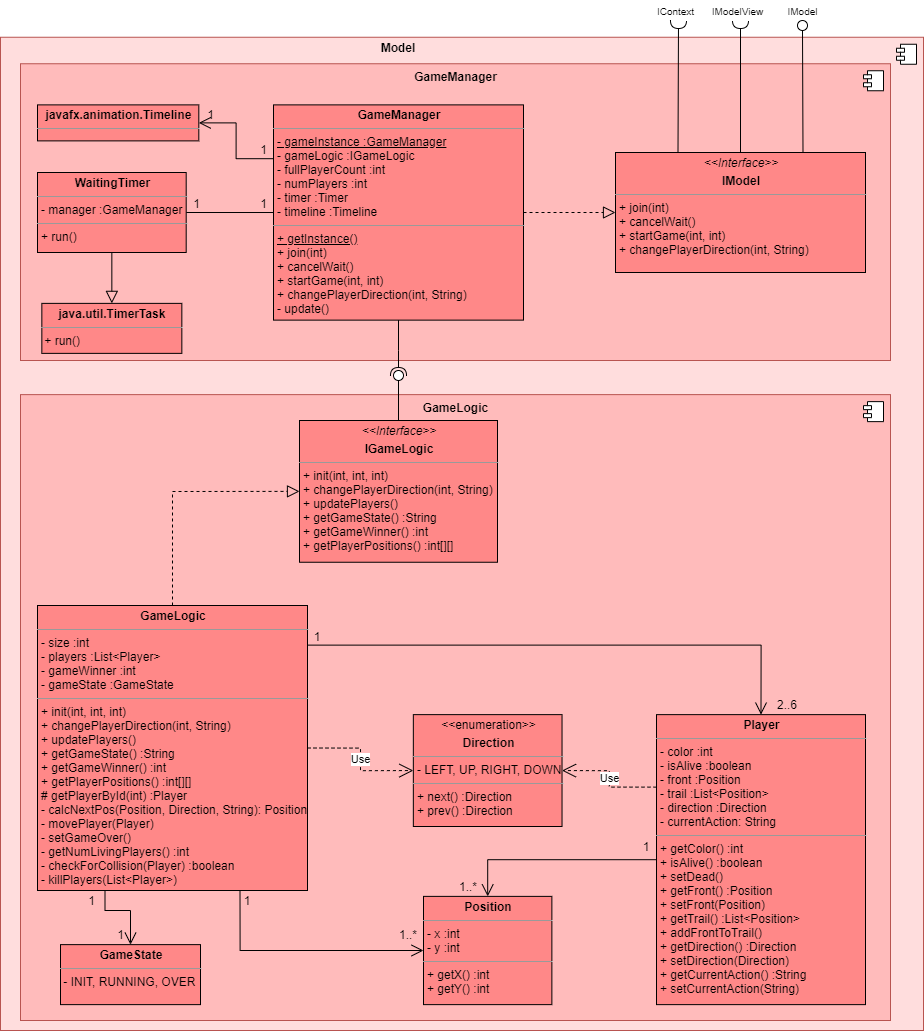
Before: Doku/images/Model_Ebene3_Refactor.png, a diagram exported from draw.io (KjellooMelloo/gameoftrons). Source tidied: cells renumbered, new cells last; positions are measured from the earlier drawing's top-left corner, leaving out a move shared by most shapes.
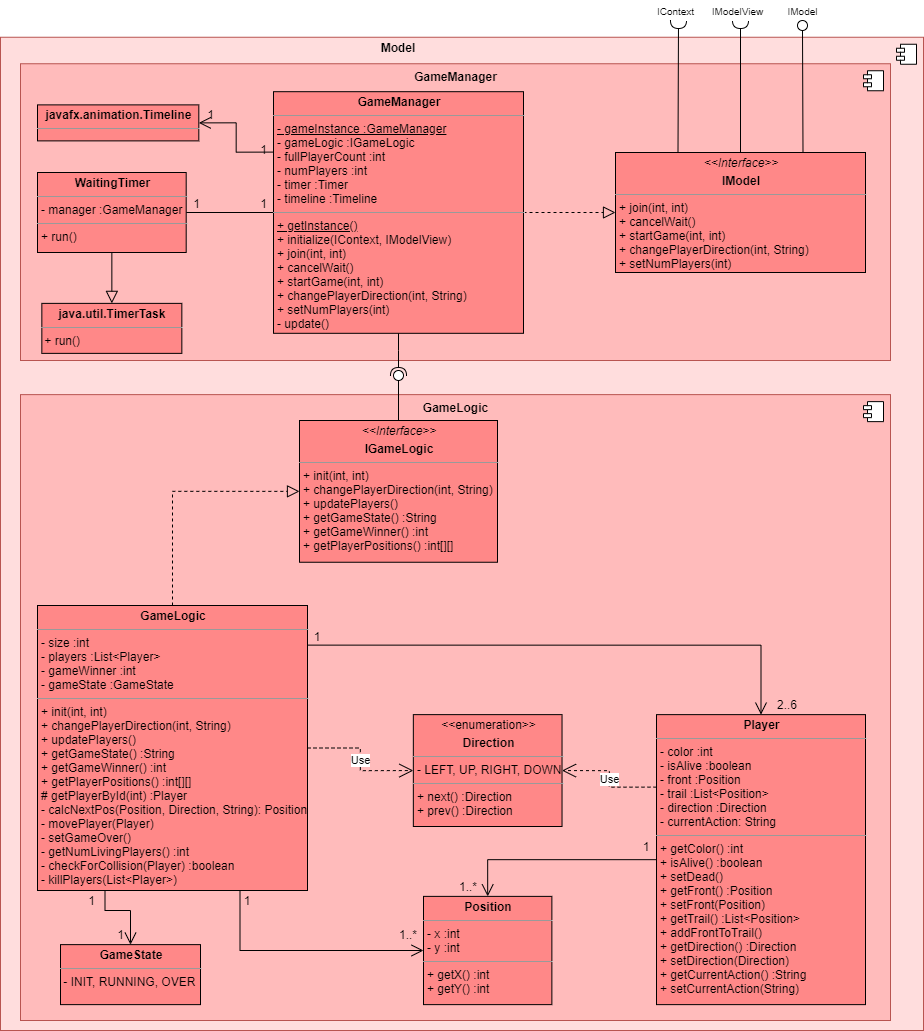
Above is the later version.

Commit message:
190 model doku aktualisieren (#277)

Diff of the diagram source:
```diff
@@ -43,8 +43,8 @@
     <mxCell id="11" style="edgeStyle=orthogonalEdgeStyle;rounded=0;jettySize=auto;html=1;entryX=1;entryY=0.5;entryDx=0;entryDy=0;exitX=0;exitY=0.25;exitDx=0;exitDy=0;endArrow=open;endFill=0;endSize=10;" parent="1" edge="1" source="12" target="50">
       <mxGeometry relative="1" as="geometry" />
     </mxCell>
-    <mxCell id="12" value="&lt;p style=&quot;margin: 0px ; margin-top: 4px ; text-align: center&quot;&gt;&lt;b&gt;GameManager&lt;/b&gt;&lt;/p&gt;&lt;hr size=&quot;1&quot;&gt;&lt;p style=&quot;margin: 0px ; margin-left: 4px&quot;&gt;&lt;u&gt;- gameInstance :GameManager&lt;/u&gt;&lt;/p&gt;&lt;p style=&quot;margin: 0px ; margin-left: 4px&quot;&gt;- gameLogic :IGameLogic&lt;/p&gt;&lt;p style=&quot;margin: 0px ; margin-left: 4px&quot;&gt;- fullPlayerCount :int&lt;/p&gt;&lt;p style=&quot;margin: 0px ; margin-left: 4px&quot;&gt;- numPlayers :int&lt;/p&gt;&lt;p style=&quot;margin: 0px ; margin-left: 4px&quot;&gt;- timer :Timer&lt;/p&gt;&lt;p style=&quot;margin: 0px ; margin-left: 4px&quot;&gt;- timeline :Timeline&lt;/p&gt;&lt;hr size=&quot;1&quot;&gt;&lt;p style=&quot;margin: 0px 0px 0px 4px&quot;&gt;&lt;u&gt;+ getInstance()&lt;/u&gt;&lt;/p&gt;&lt;p style=&quot;margin: 0px 0px 0px 4px&quot;&gt;+ join(int)&lt;/p&gt;&lt;p style=&quot;margin: 0px 0px 0px 4px&quot;&gt;+ cancelWait()&lt;/p&gt;&lt;p style=&quot;margin: 0px 0px 0px 4px&quot;&gt;+ startGame(int, int)&lt;/p&gt;&lt;p style=&quot;margin: 0px 0px 0px 4px&quot;&gt;+ changePlayerDirection(int, String)&lt;/p&gt;&lt;p style=&quot;margin: 0px 0px 0px 4px&quot;&gt;- update()&lt;/p&gt;&lt;p style=&quot;margin: 0px ; margin-left: 4px&quot;&gt;&lt;br&gt;&lt;/p&gt;" style="verticalAlign=top;align=left;overflow=fill;fontSize=12;fontFamily=Helvetica;html=1;fillColor=#FF8888;strokeColor=#000000;" parent="1" vertex="1">
-      <mxGeometry x="273" y="104.4" width="250" height="215.2" as="geometry" />
+    <mxCell id="12" value="&lt;p style=&quot;margin: 0px ; margin-top: 4px ; text-align: center&quot;&gt;&lt;b&gt;GameManager&lt;/b&gt;&lt;/p&gt;&lt;hr size=&quot;1&quot;&gt;&lt;p style=&quot;margin: 0px ; margin-left: 4px&quot;&gt;&lt;u&gt;- gameInstance :GameManager&lt;/u&gt;&lt;/p&gt;&lt;p style=&quot;margin: 0px ; margin-left: 4px&quot;&gt;- gameLogic :IGameLogic&lt;/p&gt;&lt;p style=&quot;margin: 0px ; margin-left: 4px&quot;&gt;- fullPlayerCount :int&lt;/p&gt;&lt;p style=&quot;margin: 0px ; margin-left: 4px&quot;&gt;- numPlayers :int&lt;/p&gt;&lt;p style=&quot;margin: 0px ; margin-left: 4px&quot;&gt;- timer :Timer&lt;/p&gt;&lt;p style=&quot;margin: 0px ; margin-left: 4px&quot;&gt;- timeline :Timeline&lt;/p&gt;&lt;hr size=&quot;1&quot;&gt;&lt;p style=&quot;margin: 0px 0px 0px 4px&quot;&gt;&lt;u&gt;+ getInstance()&lt;/u&gt;&lt;/p&gt;&lt;p style=&quot;margin: 0px 0px 0px 4px&quot;&gt;+ initialize(IContext, IModelView)&lt;/p&gt;&lt;p style=&quot;margin: 0px 0px 0px 4px&quot;&gt;+ join(int, int)&lt;/p&gt;&lt;p style=&quot;margin: 0px 0px 0px 4px&quot;&gt;+ cancelWait()&lt;/p&gt;&lt;p style=&quot;margin: 0px 0px 0px 4px&quot;&gt;+ startGame(int, int)&lt;/p&gt;&lt;p style=&quot;margin: 0px 0px 0px 4px&quot;&gt;+ changePlayerDirection(int, String)&lt;/p&gt;&lt;p style=&quot;margin: 0px 0px 0px 4px&quot;&gt;+ setNumPlayers(int)&lt;/p&gt;&lt;p style=&quot;margin: 0px 0px 0px 4px&quot;&gt;- update()&lt;/p&gt;&lt;p style=&quot;margin: 0px ; margin-left: 4px&quot;&gt;&lt;br&gt;&lt;/p&gt;" style="verticalAlign=top;align=left;overflow=fill;fontSize=12;fontFamily=Helvetica;html=1;fillColor=#FF8888;strokeColor=#000000;" parent="1" vertex="1">
+      <mxGeometry x="273" y="91.2" width="250" height="241.6" as="geometry" />
     </mxCell>
     <mxCell id="13" value="&lt;p style=&quot;margin: 0px ; margin-top: 4px ; text-align: center&quot;&gt;&lt;b&gt;Position&lt;/b&gt;&lt;/p&gt;&lt;hr size=&quot;1&quot;&gt;&lt;p style=&quot;margin: 0px ; margin-left: 4px&quot;&gt;- x :int&lt;/p&gt;&lt;p style=&quot;margin: 0px ; margin-left: 4px&quot;&gt;- y :int&lt;/p&gt;&lt;hr size=&quot;1&quot;&gt;&lt;p style=&quot;margin: 0px ; margin-left: 4px&quot;&gt;+ getX() :int&lt;br&gt;+ getY() :int&lt;/p&gt;&lt;p style=&quot;margin: 0px ; margin-left: 4px&quot;&gt;&lt;br&gt;&lt;/p&gt;" style="verticalAlign=top;align=left;overflow=fill;fontSize=12;fontFamily=Helvetica;html=1;fillColor=#FF8888;strokeColor=#000000;" parent="1" vertex="1">
       <mxGeometry x="423" y="895.9" width="128.4" height="108.2" as="geometry" />
@@ -58,7 +58,7 @@
     <mxCell id="16" style="edgeStyle=orthogonalEdgeStyle;rounded=0;jettySize=auto;html=1;entryX=0;entryY=0.5;entryDx=0;entryDy=0;startArrow=none;startFill=0;endArrow=open;endFill=0;endSize=10;exitX=0.75;exitY=1;exitDx=0;exitDy=0;" parent="1" edge="1" source="17" target="13">
       <mxGeometry relative="1" as="geometry" />
     </mxCell>
-    <mxCell id="17" value="&lt;p style=&quot;margin: 0px ; margin-top: 4px ; text-align: center&quot;&gt;&lt;b&gt;GameLogic&lt;/b&gt;&lt;/p&gt;&lt;hr size=&quot;1&quot;&gt;&lt;p style=&quot;margin: 0px ; margin-left: 4px&quot;&gt;- size :int&lt;/p&gt;&lt;p style=&quot;margin: 0px ; margin-left: 4px&quot;&gt;- players :List&amp;lt;Player&amp;gt;&lt;/p&gt;&lt;p style=&quot;margin: 0px 0px 0px 4px&quot;&gt;&lt;span&gt;- gameWinner :int&lt;/span&gt;&lt;br&gt;&lt;/p&gt;&lt;p style=&quot;margin: 0px ; margin-left: 4px&quot;&gt;- gameState :GameState&lt;/p&gt;&lt;hr size=&quot;1&quot;&gt;&lt;p style=&quot;margin: 0px ; margin-left: 4px&quot;&gt;&lt;span&gt;+ init(int, int, int)&lt;/span&gt;&lt;/p&gt;&lt;p style=&quot;margin: 0px ; margin-left: 4px&quot;&gt;&lt;span&gt;+ changePlayerDirection(int, String)&lt;/span&gt;&lt;br&gt;&lt;/p&gt;&lt;p style=&quot;margin: 0px ; margin-left: 4px&quot;&gt;&lt;span&gt;+ updatePlayers()&lt;/span&gt;&lt;/p&gt;&lt;p style=&quot;margin: 0px ; margin-left: 4px&quot;&gt;&lt;span&gt;+ getGameState() :String&lt;/span&gt;&lt;br&gt;&lt;/p&gt;&lt;p style=&quot;margin: 0px ; margin-left: 4px&quot;&gt;&lt;span&gt;+ getGameWinner() :int&lt;/span&gt;&lt;/p&gt;&lt;p style=&quot;margin: 0px ; margin-left: 4px&quot;&gt;+ getPlayerPositions() :int[][]&lt;/p&gt;&lt;p style=&quot;margin: 0px ; margin-left: 4px&quot;&gt;&lt;span&gt;# getPlayerById(int) :Player&lt;/span&gt;&lt;br&gt;&lt;/p&gt;&lt;p style=&quot;margin: 0px ; margin-left: 4px&quot;&gt;- calcNextPos(Position, Direction, String): Position&lt;/p&gt;&lt;p style=&quot;margin: 0px ; margin-left: 4px&quot;&gt;- movePlayer(Player)&lt;/p&gt;&lt;p style=&quot;margin: 0px ; margin-left: 4px&quot;&gt;- setGameOver()&lt;/p&gt;&lt;p style=&quot;margin: 0px 0px 0px 4px&quot;&gt;- getNumLivingPlayers() :int&lt;/p&gt;&lt;p style=&quot;margin: 0px 0px 0px 4px&quot;&gt;- checkForCollision(Player) :boolean&lt;/p&gt;&lt;p style=&quot;margin: 0px 0px 0px 4px&quot;&gt;- killPlayers(List&amp;lt;Player&amp;gt;)&lt;/p&gt;" style="verticalAlign=top;align=left;overflow=fill;fontSize=12;fontFamily=Helvetica;html=1;fillColor=#FF8888;strokeColor=#000000;" parent="1" vertex="1">
+    <mxCell id="17" value="&lt;p style=&quot;margin: 0px ; margin-top: 4px ; text-align: center&quot;&gt;&lt;b&gt;GameLogic&lt;/b&gt;&lt;/p&gt;&lt;hr size=&quot;1&quot;&gt;&lt;p style=&quot;margin: 0px ; margin-left: 4px&quot;&gt;- size :int&lt;/p&gt;&lt;p style=&quot;margin: 0px ; margin-left: 4px&quot;&gt;- players :List&amp;lt;Player&amp;gt;&lt;/p&gt;&lt;p style=&quot;margin: 0px 0px 0px 4px&quot;&gt;&lt;span&gt;- gameWinner :int&lt;/span&gt;&lt;br&gt;&lt;/p&gt;&lt;p style=&quot;margin: 0px ; margin-left: 4px&quot;&gt;- gameState :GameState&lt;/p&gt;&lt;hr size=&quot;1&quot;&gt;&lt;p style=&quot;margin: 0px ; margin-left: 4px&quot;&gt;&lt;span&gt;+ init(int, int)&lt;/span&gt;&lt;/p&gt;&lt;p style=&quot;margin: 0px ; margin-left: 4px&quot;&gt;&lt;span&gt;+ changePlayerDirection(int, String)&lt;/span&gt;&lt;br&gt;&lt;/p&gt;&lt;p style=&quot;margin: 0px ; margin-left: 4px&quot;&gt;&lt;span&gt;+ updatePlayers()&lt;/span&gt;&lt;/p&gt;&lt;p style=&quot;margin: 0px ; margin-left: 4px&quot;&gt;&lt;span&gt;+ getGameState() :String&lt;/span&gt;&lt;br&gt;&lt;/p&gt;&lt;p style=&quot;margin: 0px ; margin-left: 4px&quot;&gt;&lt;span&gt;+ getGameWinner() :int&lt;/span&gt;&lt;/p&gt;&lt;p style=&quot;margin: 0px ; margin-left: 4px&quot;&gt;+ getPlayerPositions() :int[][]&lt;/p&gt;&lt;p style=&quot;margin: 0px ; margin-left: 4px&quot;&gt;&lt;span&gt;# getPlayerById(int) :Player&lt;/span&gt;&lt;br&gt;&lt;/p&gt;&lt;p style=&quot;margin: 0px ; margin-left: 4px&quot;&gt;- calcNextPos(Position, Direction, String): Position&lt;/p&gt;&lt;p style=&quot;margin: 0px ; margin-left: 4px&quot;&gt;- movePlayer(Player)&lt;/p&gt;&lt;p style=&quot;margin: 0px ; margin-left: 4px&quot;&gt;- setGameOver()&lt;/p&gt;&lt;p style=&quot;margin: 0px 0px 0px 4px&quot;&gt;- getNumLivingPlayers() :int&lt;/p&gt;&lt;p style=&quot;margin: 0px 0px 0px 4px&quot;&gt;- checkForCollision(Player) :boolean&lt;/p&gt;&lt;p style=&quot;margin: 0px 0px 0px 4px&quot;&gt;- killPlayers(List&amp;lt;Player&amp;gt;)&lt;/p&gt;" style="verticalAlign=top;align=left;overflow=fill;fontSize=12;fontFamily=Helvetica;html=1;fillColor=#FF8888;strokeColor=#000000;" parent="1" vertex="1">
       <mxGeometry x="37" y="605" width="270" height="285" as="geometry" />
     </mxCell>
     <mxCell id="18" style="edgeStyle=orthogonalEdgeStyle;rounded=0;jettySize=auto;html=1;entryX=0.5;entryY=0;entryDx=0;entryDy=0;endArrow=open;endFill=0;endSize=10;" parent="1" edge="1" source="19" target="13">
@@ -94,10 +94,10 @@
     <mxCell id="26" value="1" style="text;html=1;align=center;verticalAlign=middle;" parent="1" vertex="1">
       <mxGeometry x="80.7" y="890" width="20" height="20" as="geometry" />
     </mxCell>
-    <mxCell id="27" value="&lt;p style=&quot;margin: 0px ; margin-top: 4px ; text-align: center&quot;&gt;&lt;i&gt;&amp;lt;&amp;lt;Interface&amp;gt;&amp;gt;&lt;/i&gt;&lt;/p&gt;&lt;p style=&quot;margin: 0px ; margin-top: 4px ; text-align: center&quot;&gt;&lt;b&gt;IGameLogic&lt;/b&gt;&lt;/p&gt;&lt;hr size=&quot;1&quot;&gt;&lt;p style=&quot;margin: 0px ; margin-left: 4px&quot;&gt;+ init(int, int, int)&lt;/p&gt;&lt;p style=&quot;margin: 0px ; margin-left: 4px&quot;&gt;+ changePlayerDirection(int, String)&lt;/p&gt;&lt;p style=&quot;margin: 0px ; margin-left: 4px&quot;&gt;&lt;span&gt;+ updatePlayers()&lt;/span&gt;&lt;/p&gt;&lt;p style=&quot;margin: 0px ; margin-left: 4px&quot;&gt;&lt;span&gt;+ getGameState() :String&lt;/span&gt;&lt;br&gt;&lt;/p&gt;&lt;p style=&quot;margin: 0px ; margin-left: 4px&quot;&gt;&lt;span&gt;+ getGameWinner() :int&lt;/span&gt;&lt;/p&gt;&lt;p style=&quot;margin: 0px ; margin-left: 4px&quot;&gt;+ getPlayerPositions() :int[][]&lt;/p&gt;" style="verticalAlign=top;align=left;overflow=fill;fontSize=12;fontFamily=Helvetica;html=1;fillColor=#FF8888;strokeColor=#000000;" parent="1" vertex="1">
+    <mxCell id="27" value="&lt;p style=&quot;margin: 0px ; margin-top: 4px ; text-align: center&quot;&gt;&lt;i&gt;&amp;lt;&amp;lt;Interface&amp;gt;&amp;gt;&lt;/i&gt;&lt;/p&gt;&lt;p style=&quot;margin: 0px ; margin-top: 4px ; text-align: center&quot;&gt;&lt;b&gt;IGameLogic&lt;/b&gt;&lt;/p&gt;&lt;hr size=&quot;1&quot;&gt;&lt;p style=&quot;margin: 0px ; margin-left: 4px&quot;&gt;+ init(int, int)&lt;/p&gt;&lt;p style=&quot;margin: 0px ; margin-left: 4px&quot;&gt;+ changePlayerDirection(int, String)&lt;/p&gt;&lt;p style=&quot;margin: 0px ; margin-left: 4px&quot;&gt;&lt;span&gt;+ updatePlayers()&lt;/span&gt;&lt;/p&gt;&lt;p style=&quot;margin: 0px ; margin-left: 4px&quot;&gt;&lt;span&gt;+ getGameState() :String&lt;/span&gt;&lt;br&gt;&lt;/p&gt;&lt;p style=&quot;margin: 0px ; margin-left: 4px&quot;&gt;&lt;span&gt;+ getGameWinner() :int&lt;/span&gt;&lt;/p&gt;&lt;p style=&quot;margin: 0px ; margin-left: 4px&quot;&gt;+ getPlayerPositions() :int[][]&lt;/p&gt;" style="verticalAlign=top;align=left;overflow=fill;fontSize=12;fontFamily=Helvetica;html=1;fillColor=#FF8888;strokeColor=#000000;" parent="1" vertex="1">
       <mxGeometry x="299" y="420" width="198" height="141.8" as="geometry" />
     </mxCell>
-    <mxCell id="28" value="&lt;p style=&quot;margin: 0px ; margin-top: 4px ; text-align: center&quot;&gt;&lt;i&gt;&amp;lt;&amp;lt;Interface&amp;gt;&amp;gt;&lt;/i&gt;&lt;/p&gt;&lt;p style=&quot;margin: 0px ; margin-top: 4px ; text-align: center&quot;&gt;&lt;b&gt;IModel&lt;/b&gt;&lt;/p&gt;&lt;hr size=&quot;1&quot;&gt;&lt;p style=&quot;margin: 0px 0px 0px 4px&quot;&gt;&lt;span&gt;+ join(int)&lt;/span&gt;&lt;br&gt;&lt;/p&gt;&lt;p style=&quot;margin: 0px 0px 0px 4px&quot;&gt;+ cancelWait()&lt;/p&gt;&lt;p style=&quot;margin: 0px 0px 0px 4px&quot;&gt;+ startGame(int, int)&lt;/p&gt;&lt;p style=&quot;margin: 0px 0px 0px 4px&quot;&gt;+ changePlayerDirection(int, String)&lt;/p&gt;&lt;p style=&quot;margin: 0px ; margin-left: 4px&quot;&gt;&lt;br&gt;&lt;/p&gt;&lt;p style=&quot;margin: 0px ; margin-left: 4px&quot;&gt;&lt;br&gt;&lt;/p&gt;" style="verticalAlign=top;align=left;overflow=fill;fontSize=12;fontFamily=Helvetica;html=1;fillColor=#FF8888;strokeColor=#000000;" parent="1" vertex="1">
+    <mxCell id="28" value="&lt;p style=&quot;margin: 0px ; margin-top: 4px ; text-align: center&quot;&gt;&lt;i&gt;&amp;lt;&amp;lt;Interface&amp;gt;&amp;gt;&lt;/i&gt;&lt;/p&gt;&lt;p style=&quot;margin: 0px ; margin-top: 4px ; text-align: center&quot;&gt;&lt;b&gt;IModel&lt;/b&gt;&lt;/p&gt;&lt;hr size=&quot;1&quot;&gt;&lt;p style=&quot;margin: 0px 0px 0px 4px&quot;&gt;&lt;span&gt;+ join(int, int)&lt;/span&gt;&lt;br&gt;&lt;/p&gt;&lt;p style=&quot;margin: 0px 0px 0px 4px&quot;&gt;+ cancelWait()&lt;/p&gt;&lt;p style=&quot;margin: 0px 0px 0px 4px&quot;&gt;+ startGame(int, int)&lt;/p&gt;&lt;p style=&quot;margin: 0px 0px 0px 4px&quot;&gt;+ changePlayerDirection(int, String)&lt;/p&gt;&lt;p style=&quot;margin: 0px ; margin-left: 4px&quot;&gt;+ setNumPlayers(int)&lt;/p&gt;&lt;p style=&quot;margin: 0px ; margin-left: 4px&quot;&gt;&lt;br&gt;&lt;/p&gt;" style="verticalAlign=top;align=left;overflow=fill;fontSize=12;fontFamily=Helvetica;html=1;fillColor=#FF8888;strokeColor=#000000;" parent="1" vertex="1">
       <mxGeometry x="615" y="152" width="250" height="120" as="geometry" />
     </mxCell>
     <mxCell id="29" style="rounded=0;jettySize=auto;html=1;endArrow=none;endFill=0;exitX=0.5;exitY=0;exitDx=0;exitDy=0;" parent="1" edge="1" source="27" target="31">
```
